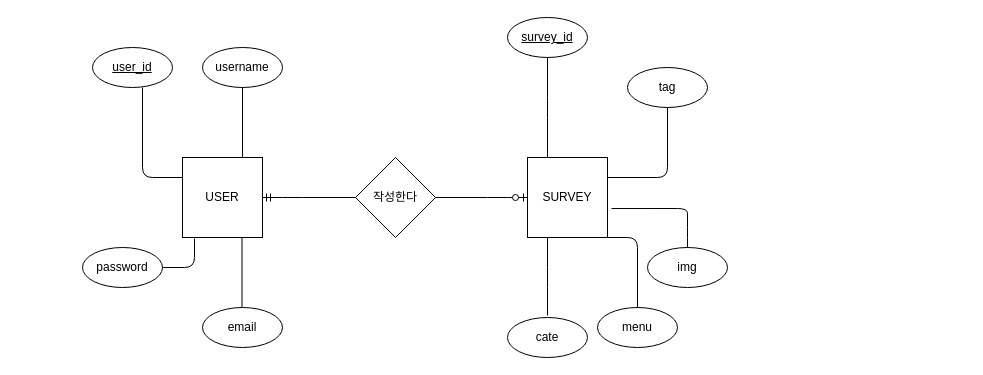
Earlier version of the draw.io diagram Untitled Diagram.drawio (agfechoi/RSVP). Source tidied: cells renumbered, new cells numbered last; positions are measured from the earlier drawing's top-left corner, leaving out a move shared by most shapes. Both pictures are drawn from the tidied source at 100%, with x=0, y=0 at pixel (82, 17).
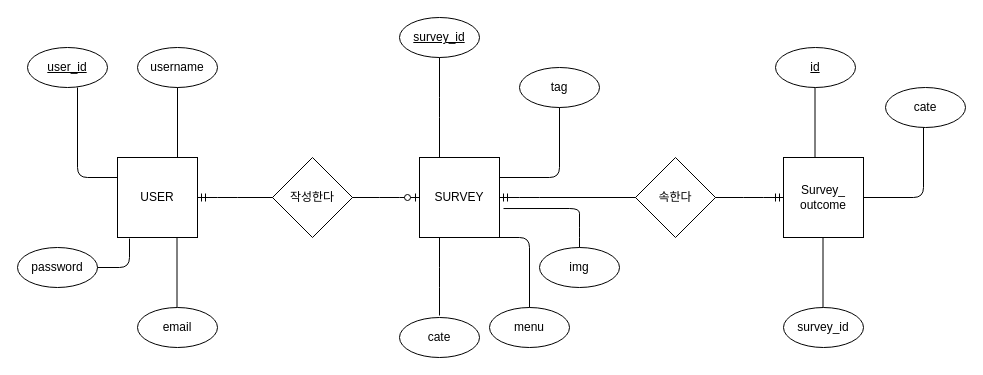
After the change.

Diff of the diagram source:
```diff
@@
     <mxCell id="2" value="USER" style="whiteSpace=wrap;html=1;" parent="1" vertex="1">
-      <mxGeometry x="100" y="140" width="80" height="80" as="geometry" />
+      <mxGeometry x="35" y="140" width="80" height="80" as="geometry" />
     </mxCell>
     <mxCell id="3" value="SURVEY" style="whiteSpace=wrap;html=1;" parent="1" vertex="1">
-      <mxGeometry x="445" y="140" width="80" height="80" as="geometry" />
+      <mxGeometry x="337" y="140" width="80" height="80" as="geometry" />
     </mxCell>
     <mxCell id="4" value="&lt;u&gt;survey_id&lt;/u&gt;" style="ellipse;whiteSpace=wrap;html=1;" parent="1" vertex="1">
-      <mxGeometry x="425" width="80" height="40" as="geometry" />
+      <mxGeometry x="317" width="80" height="40" as="geometry" />
     </mxCell>
     <mxCell id="5" value="email" style="ellipse;whiteSpace=wrap;html=1;" parent="1" vertex="1">
-      <mxGeometry x="120" y="290" width="80" height="40" as="geometry" />
+      <mxGeometry x="55" y="290" width="80" height="40" as="geometry" />
     </mxCell>
     <mxCell id="6" value="password" style="ellipse;whiteSpace=wrap;html=1;" parent="1" vertex="1">
-      <mxGeometry y="230" width="80" height="40" as="geometry" />
+      <mxGeometry x="-65" y="230" width="80" height="40" as="geometry" />
     </mxCell>
     <mxCell id="7" value="username" style="ellipse;whiteSpace=wrap;html=1;" parent="1" vertex="1">
-      <mxGeometry x="120" y="30" width="80" height="40" as="geometry" />
+      <mxGeometry x="55" y="30" width="80" height="40" as="geometry" />
     </mxCell>
     <mxCell id="8" value="&lt;u&gt;user_id&lt;/u&gt;" style="ellipse;whiteSpace=wrap;html=1;" parent="1" vertex="1">
-      <mxGeometry x="10" y="30" width="80" height="40" as="geometry" />
+      <mxGeometry x="-55" y="30" width="80" height="40" as="geometry" />
     </mxCell>
@@
     <mxCell id="10" style="endArrow=none;html=1;entryX=0.5;entryY=1;entryDx=0;entryDy=0;exitX=0;exitY=0.25;exitDx=0;exitDy=0;" parent="1" edge="1" source="2">
       <mxGeometry relative="1" as="geometry">
-        <mxPoint x="60" y="70" as="targetPoint" />
+        <mxPoint x="-5" y="70" as="targetPoint" />
         <Array as="points">
-          <mxPoint x="60" y="160" />
+          <mxPoint x="-5" y="160" />
         </Array>
       </mxGeometry>
     </mxCell>
     <mxCell id="11" style="endArrow=none;html=1;entryX=0.15;entryY=1.013;entryDx=0;entryDy=0;exitX=1;exitY=0.5;exitDx=0;exitDy=0;entryPerimeter=0;" parent="1" edge="1" source="6" target="2">
       <mxGeometry relative="1" as="geometry">
         <Array as="points">
-          <mxPoint x="112" y="250" />
+          <mxPoint x="47" y="250" />
         </Array>
       </mxGeometry>
     </mxCell>
     <mxCell id="12" style="endArrow=none;html=1;entryX=0.5;entryY=1;entryDx=0;entryDy=0;exitX=0.75;exitY=0;exitDx=0;exitDy=0;" parent="1" edge="1">
       <mxGeometry relative="1" as="geometry">
-        <mxPoint x="159.5" y="290" as="sourcePoint" />
-        <mxPoint x="159.5" y="220" as="targetPoint" />
+        <mxPoint x="94.5" y="290" as="sourcePoint" />
+        <mxPoint x="94.5" y="220" as="targetPoint" />
       </mxGeometry>
     </mxCell>
     <mxCell id="13" value="tag" style="ellipse;whiteSpace=wrap;html=1;" parent="1" vertex="1">
-      <mxGeometry x="545" y="50" width="80" height="40" as="geometry" />
+      <mxGeometry x="437" y="50" width="80" height="40" as="geometry" />
     </mxCell>
     <mxCell id="14" value="img" style="ellipse;whiteSpace=wrap;html=1;" parent="1" vertex="1">
-      <mxGeometry x="565" y="230" width="80" height="40" as="geometry" />
+      <mxGeometry x="457" y="230" width="80" height="40" as="geometry" />
     </mxCell>
     <mxCell id="15" value="cate" style="ellipse;whiteSpace=wrap;html=1;" parent="1" vertex="1">
-      <mxGeometry x="425" y="300" width="80" height="40" as="geometry" />
+      <mxGeometry x="317" y="300" width="80" height="40" as="geometry" />
     </mxCell>
     <mxCell id="16" value="menu" style="ellipse;whiteSpace=wrap;html=1;" parent="1" vertex="1">
-      <mxGeometry x="515" y="290" width="80" height="40" as="geometry" />
+      <mxGeometry x="407" y="290" width="80" height="40" as="geometry" />
     </mxCell>
     <mxCell id="17" style="endArrow=none;html=1;entryX=0.5;entryY=1;entryDx=0;entryDy=0;exitX=0.25;exitY=0;exitDx=0;exitDy=0;" parent="1" edge="1" source="3" target="4">
       <mxGeometry relative="1" as="geometry">
         <Array as="points">
-          <mxPoint x="465" y="90" />
+          <mxPoint x="357" y="90" />
         </Array>
       </mxGeometry>
     </mxCell>
     <mxCell id="18" style="endArrow=none;html=1;entryX=0.5;entryY=1;entryDx=0;entryDy=0;" parent="1" edge="1" target="13">
       <mxGeometry relative="1" as="geometry">
-        <mxPoint x="525" y="160" as="sourcePoint" />
+        <mxPoint x="417" y="160" as="sourcePoint" />
         <Array as="points">
-          <mxPoint x="585" y="160" />
+          <mxPoint x="477" y="160" />
         </Array>
       </mxGeometry>
     </mxCell>
     <mxCell id="19" style="endArrow=none;html=1;entryX=1.05;entryY=0.638;entryDx=0;entryDy=0;exitX=0.5;exitY=0;exitDx=0;exitDy=0;entryPerimeter=0;" parent="1" edge="1" source="14" target="3">
       <mxGeometry relative="1" as="geometry">
         <Array as="points">
-          <mxPoint x="605" y="210" />
-          <mxPoint x="605" y="191" />
+          <mxPoint x="497" y="210" />
+          <mxPoint x="497" y="191" />
         </Array>
       </mxGeometry>
     </mxCell>
     <mxCell id="20" style="endArrow=none;html=1;entryX=1;entryY=1;entryDx=0;entryDy=0;exitX=0.5;exitY=0;exitDx=0;exitDy=0;" parent="1" edge="1" source="16" target="3">
       <mxGeometry relative="1" as="geometry">
         <Array as="points">
-          <mxPoint x="555" y="220" />
+          <mxPoint x="447" y="220" />
         </Array>
       </mxGeometry>
     </mxCell>
     <mxCell id="21" style="endArrow=none;html=1;entryX=0.25;entryY=1;entryDx=0;entryDy=0;" parent="1" edge="1" target="3">
       <mxGeometry relative="1" as="geometry">
-        <mxPoint x="465" y="298" as="sourcePoint" />
+        <mxPoint x="357" y="298" as="sourcePoint" />
         <Array as="points">
-          <mxPoint x="465" y="260" />
+          <mxPoint x="357" y="260" />
         </Array>
       </mxGeometry>
     </mxCell>
@@
     <mxCell id="23" value="작성한다" style="rhombus;whiteSpace=wrap;html=1;strokeColor=#000000;" parent="1" vertex="1">
-      <mxGeometry x="273" y="140" width="80" height="80" as="geometry" />
+      <mxGeometry x="190" y="140" width="80" height="80" as="geometry" />
     </mxCell>
+    <mxCell id="24" value="Survey_&lt;br&gt;outcome" style="whiteSpace=wrap;html=1;strokeColor=#000000;" parent="1" vertex="1">
+      <mxGeometry x="701" y="140" width="80" height="80" as="geometry" />
+    </mxCell>
+    <mxCell id="25" style="edgeStyle=entityRelationEdgeStyle;fontSize=12;html=1;endArrow=ERmandOne;startArrow=ERmandOne;exitX=1;exitY=0.5;exitDx=0;exitDy=0;entryX=0;entryY=0.5;entryDx=0;entryDy=0;" parent="1" edge="1" source="3" target="24">
+      <mxGeometry relative="1" as="geometry" />
+    </mxCell>
+    <mxCell id="26" value="속한다" style="rhombus;whiteSpace=wrap;html=1;strokeColor=#000000;" parent="1" vertex="1">
+      <mxGeometry x="553" y="140" width="80" height="80" as="geometry" />
+    </mxCell>
+    <mxCell id="27" value="survey_id" style="ellipse;whiteSpace=wrap;html=1;" parent="1" vertex="1">
+      <mxGeometry x="701" y="290" width="80" height="40" as="geometry" />
+    </mxCell>
+    <mxCell id="28" value="cate" style="ellipse;whiteSpace=wrap;html=1;" parent="1" vertex="1">
+      <mxGeometry x="803" y="70" width="80" height="40" as="geometry" />
+    </mxCell>
+    <mxCell id="29" value="&lt;u&gt;id&lt;/u&gt;" style="ellipse;whiteSpace=wrap;html=1;" parent="1" vertex="1">
+      <mxGeometry x="693" y="30" width="80" height="40" as="geometry" />
+    </mxCell>
+    <mxCell id="30" style="endArrow=none;html=1;entryX=0.5;entryY=1;entryDx=0;entryDy=0;exitX=0.75;exitY=0;exitDx=0;exitDy=0;" parent="1" edge="1">
+      <mxGeometry relative="1" as="geometry">
+        <mxPoint x="732.5" y="140" as="sourcePoint" />
+        <mxPoint x="732.5" y="70" as="targetPoint" />
+      </mxGeometry>
+    </mxCell>
+    <mxCell id="31" style="endArrow=none;html=1;entryX=0.5;entryY=1;entryDx=0;entryDy=0;exitX=0.75;exitY=0;exitDx=0;exitDy=0;" parent="1" edge="1">
+      <mxGeometry relative="1" as="geometry">
+        <mxPoint x="740.5" y="290" as="sourcePoint" />
+        <mxPoint x="740.5" y="220" as="targetPoint" />
+      </mxGeometry>
+    </mxCell>
+    <mxCell id="32" style="endArrow=none;html=1;entryX=0.5;entryY=1;entryDx=0;entryDy=0;" parent="1" edge="1">
+      <mxGeometry relative="1" as="geometry">
+        <mxPoint x="781" y="180" as="sourcePoint" />
+        <mxPoint x="841" y="110" as="targetPoint" />
+        <Array as="points">
+          <mxPoint x="841" y="180" />
+        </Array>
+      </mxGeometry>
+    </mxCell>
```
